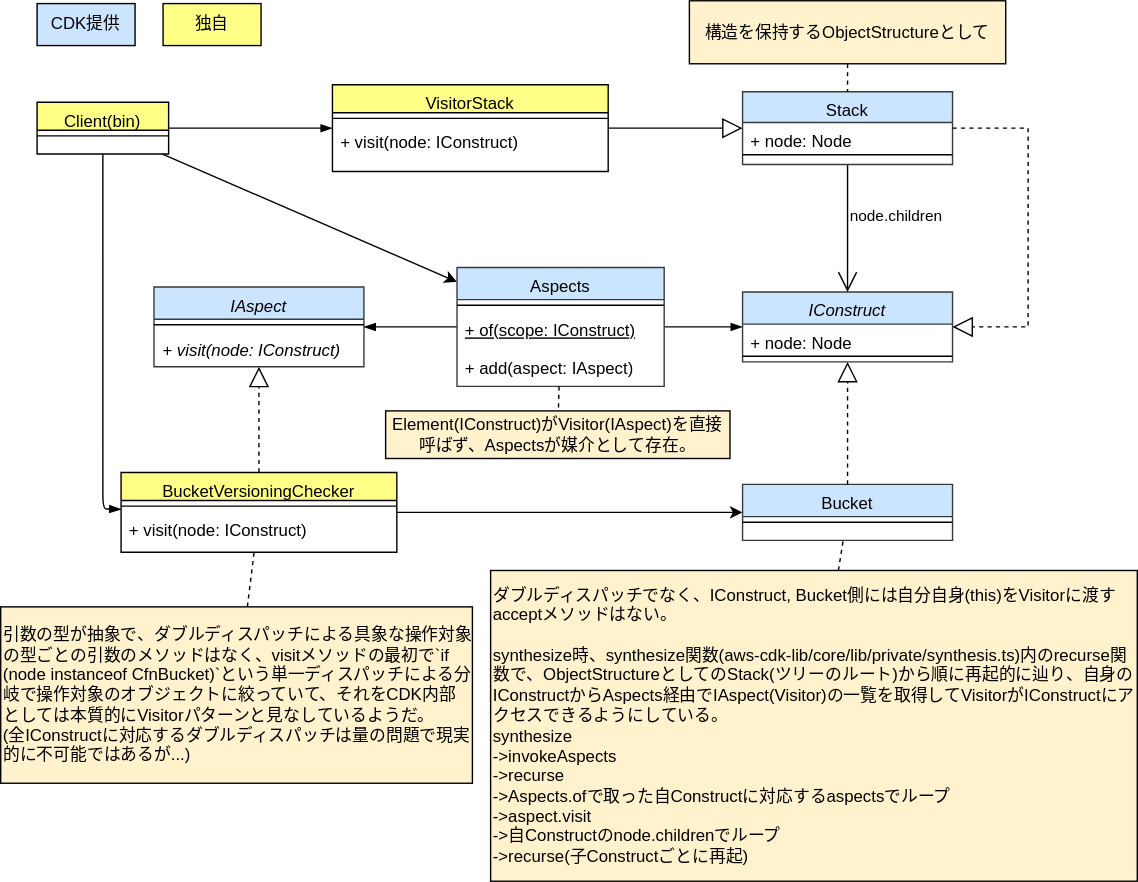
Above: drawio/visitor/visitor-cdk-simplified.drawio.svg in go-to-k/cdk-gof-design-pattern (draw.io), before the change. Source tidied: cells renumbered, new cells last; positions are measured from the earlier drawing's top-left corner, leaving out a move shared by most shapes.
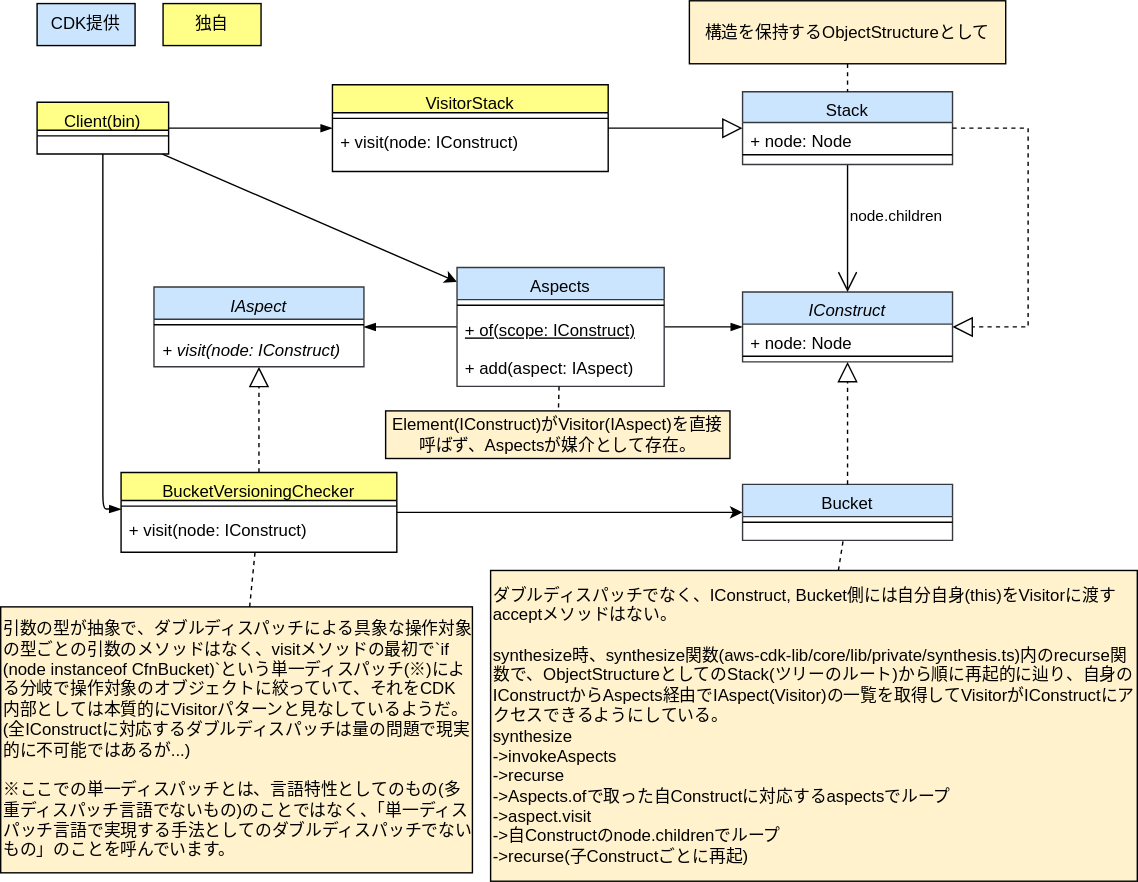
Later version of the same file.

Commit message:
update visitor diagrams

Diff of the diagram source:
```diff
@@ -53,8 +53,8 @@
     <mxCell id="18" style="edgeStyle=none;html=1;strokeColor=#000000;endArrow=none;endFill=0;dashed=1;" parent="1" edge="1" source="19" target="5">
       <mxGeometry relative="1" as="geometry" />
     </mxCell>
-    <mxCell id="19" value="引数の型が抽象で、ダブルディスパッチによる具象な操作対象の型ごとの引数のメソッドはなく、visitメソッドの最初で`if (node instanceof CfnBucket)`という単一ディスパッチによる分岐で操作対象のオブジェクトに絞っていて、それをCDK内部としては本質的にVisitorパターンと見なしているようだ。&lt;br&gt;(全IConstructに対応するダブルディスパッチは量の問題で現実的に不可能ではあるが...)" style="text;html=1;strokeColor=#000000;fillColor=#fff2cc;align=left;verticalAlign=middle;whiteSpace=wrap;rounded=0;fontColor=#000000;" parent="1" vertex="1">
-      <mxGeometry y="433" width="337" height="126" as="geometry" />
+    <mxCell id="19" value="引数の型が抽象で、ダブルディスパッチによる具象な操作対象の型ごとの引数のメソッドはなく、visitメソッドの最初で`if (node instanceof CfnBucket)`という単一ディスパッチ(※)による分岐で操作対象のオブジェクトに絞っていて、それをCDK内部としては本質的にVisitorパターンと見なしているようだ。&lt;br&gt;(全IConstructに対応するダブルディスパッチは量の問題で現実的に不可能ではあるが...)&lt;br&gt;&lt;br&gt;※ここでの単一ディスパッチとは、言語特性としてのもの(多重ディスパッチ言語でないもの)のことではなく、「単一ディスパッチ言語で実現する手法としてのダブルディスパッチでないもの」のことを呼んでいます。" style="text;html=1;strokeColor=#000000;fillColor=#fff2cc;align=left;verticalAlign=middle;whiteSpace=wrap;rounded=0;fontColor=#000000;" parent="1" vertex="1">
+      <mxGeometry y="433" width="337" height="190" as="geometry" />
     </mxCell>
     <mxCell id="20" style="edgeStyle=none;html=1;dashed=1;strokeColor=#000000;endArrow=none;endFill=0;" parent="1" edge="1" source="21" target="12">
       <mxGeometry relative="1" as="geometry" />
```
